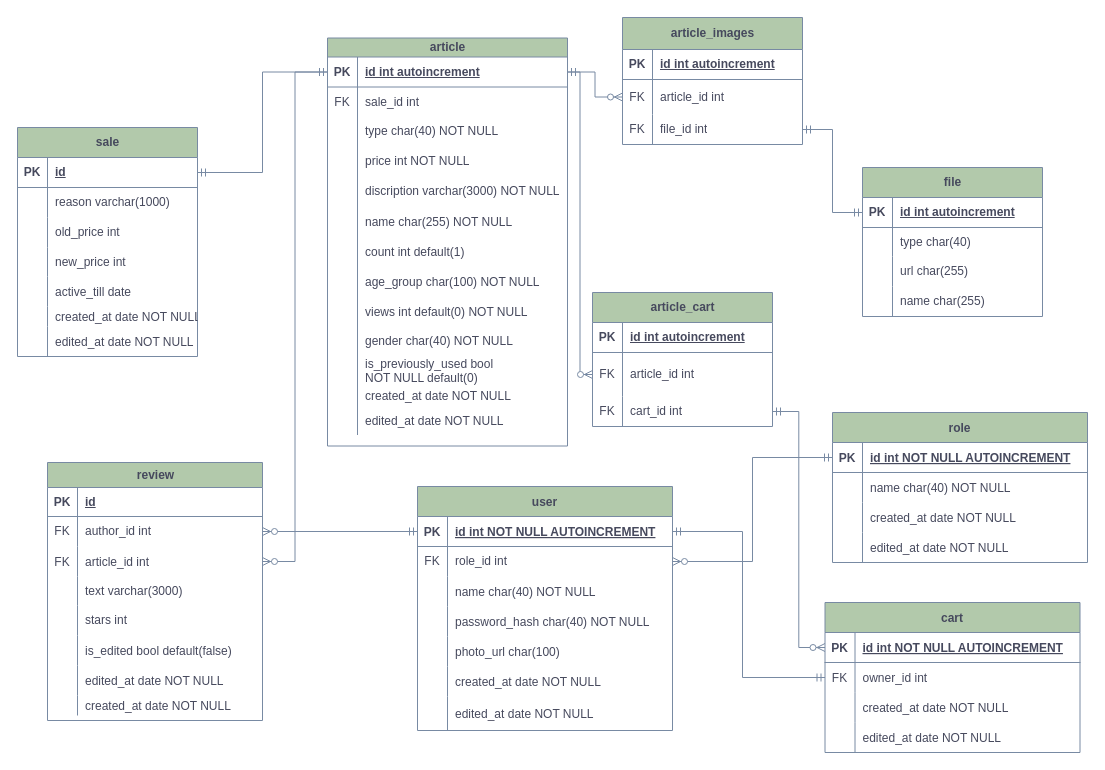
The draw.io diagram online-store.drawio in mkloz/online-store-backend, before the edit. Source tidied: cells renumbered, new cells numbered last; positions are measured from the earlier drawing's top-left corner, leaving out a move shared by most shapes. Both pictures are drawn from the tidied source at 100%, with x=0, y=0 at pixel (17, 17).
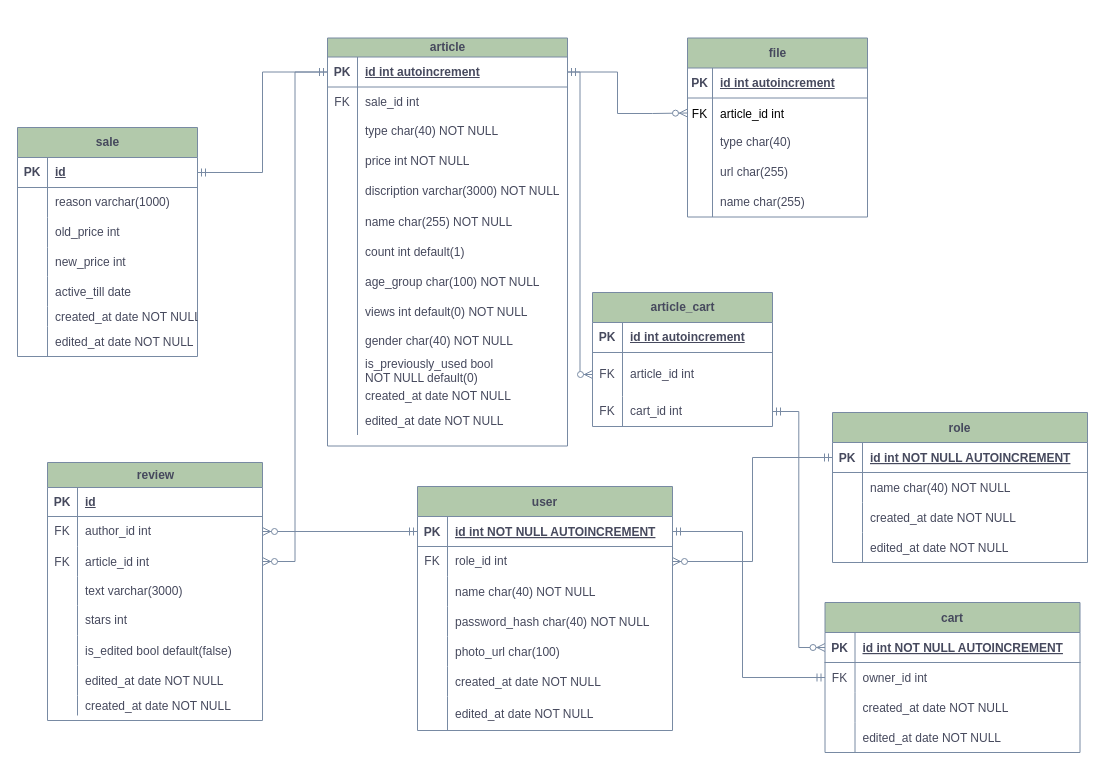
The same diagram, later.

Unchanged cells that the change refers to:
```xml
<mxCell id="3" style="shape=tableRow;horizontal=0;startSize=0;swimlaneHead=0;swimlaneBody=0;fillColor=none;points=[[0,0.5],[1,0.5]];portConstraint=eastwest;top=0;left=0;right=0;bottom=1;rounded=0;labelBackgroundColor=none;strokeColor=#788AA3;fontColor=#46495D;" parent="2" vertex="1">
  <mxGeometry y="19" width="240" height="30" as="geometry" />
</mxCell>
<mxCell id="43" style="shape=tableRow;horizontal=0;startSize=0;swimlaneHead=0;swimlaneBody=0;fillColor=none;points=[[0,0.5],[1,0.5]];portConstraint=eastwest;top=0;left=0;right=0;bottom=1;rounded=0;labelBackgroundColor=none;strokeColor=#788AA3;fontColor=#46495D;" parent="42" vertex="1">
  <mxGeometry y="30" width="180" height="30" as="geometry" />
</mxCell>
```

Change to the diagram source:
```diff
@@
     <mxCell id="42" value="file" style="shape=table;startSize=30;childLayout=tableLayout;rowLines=0;fontStyle=1;align=center;html=1;rounded=0;labelBackgroundColor=none;fillColor=#B2C9AB;strokeColor=#788AA3;fontColor=#46495D;" parent="1" vertex="1">
-      <mxGeometry x="845" y="150" width="180" height="149" as="geometry" />
+      <mxGeometry x="670" y="20.5" width="180" height="179" as="geometry" />
     </mxCell>
@@
     <mxCell id="44" value="PK" style="shape=partialRectangle;fillColor=none;top=0;left=0;bottom=0;right=0;fontStyle=1;overflow=hidden;whiteSpace=wrap;html=1;rounded=0;labelBackgroundColor=none;strokeColor=#788AA3;fontColor=#46495D;" parent="43" vertex="1">
-      <mxGeometry width="30" height="30" as="geometry" />
+      <mxGeometry width="25" height="30" as="geometry" />
     </mxCell>
     <mxCell id="45" value="id int autoincrement" style="shape=partialRectangle;fillColor=none;top=0;left=0;bottom=0;right=0;align=left;spacingLeft=6;fontStyle=5;overflow=hidden;whiteSpace=wrap;html=1;rounded=0;labelBackgroundColor=none;strokeColor=#788AA3;fontColor=#46495D;" parent="43" vertex="1">
-      <mxGeometry x="30" width="150" height="30" as="geometry" />
+      <mxGeometry x="25" width="155" height="30" as="geometry" />
     </mxCell>
+    <mxCell id="179" style="shape=tableRow;horizontal=0;startSize=0;swimlaneHead=0;swimlaneBody=0;fillColor=none;points=[[0,0.5],[1,0.5]];portConstraint=eastwest;top=0;left=0;right=0;bottom=0;" parent="42" vertex="1">
+      <mxGeometry y="60" width="180" height="30" as="geometry" />
+    </mxCell>
+    <mxCell id="180" value="FK" style="shape=partialRectangle;fillColor=none;top=0;left=0;bottom=0;right=0;fontStyle=0;overflow=hidden;" parent="179" vertex="1">
+      <mxGeometry width="25" height="30" as="geometry" />
+    </mxCell>
+    <mxCell id="61" value="article_id int" style="shape=partialRectangle;fillColor=none;top=0;left=0;bottom=0;right=0;align=left;spacingLeft=6;fontStyle=0;overflow=hidden;" parent="179" vertex="1">
+      <mxGeometry x="25" width="155" height="30" as="geometry" />
+    </mxCell>
     <mxCell id="46" style="shape=tableRow;horizontal=0;startSize=0;swimlaneHead=0;swimlaneBody=0;fillColor=none;top=0;left=0;right=0;bottom=0;rounded=0;labelBackgroundColor=none;strokeColor=#788AA3;fontColor=#46495D;" parent="42" vertex="1">
-      <mxGeometry y="60" width="180" height="29" as="geometry" />
+      <mxGeometry y="90" width="180" height="29" as="geometry" />
     </mxCell>
     <mxCell id="47" style="shape=partialRectangle;fillColor=none;top=0;left=0;bottom=0;right=0;overflow=hidden;whiteSpace=wrap;html=1;rounded=0;labelBackgroundColor=none;strokeColor=#788AA3;fontColor=#46495D;" parent="46" vertex="1">
-      <mxGeometry width="30" height="29" as="geometry" />
+      <mxGeometry width="25" height="29" as="geometry" />
     </mxCell>
     <mxCell id="48" value="type char(40)" style="shape=partialRectangle;fillColor=none;top=0;left=0;bottom=0;right=0;align=left;spacingLeft=6;overflow=hidden;whiteSpace=wrap;html=1;rounded=0;labelBackgroundColor=none;strokeColor=#788AA3;fontColor=#46495D;" parent="46" vertex="1">
-      <mxGeometry x="30" width="150" height="29" as="geometry" />
+      <mxGeometry x="25" width="155" height="29" as="geometry" />
     </mxCell>
     <mxCell id="49" style="shape=tableRow;horizontal=0;startSize=0;swimlaneHead=0;swimlaneBody=0;fillColor=none;top=0;left=0;right=0;bottom=0;rounded=0;labelBackgroundColor=none;strokeColor=#788AA3;fontColor=#46495D;" parent="42" vertex="1">
-      <mxGeometry y="89" width="180" height="30" as="geometry" />
+      <mxGeometry y="119" width="180" height="30" as="geometry" />
     </mxCell>
     <mxCell id="50" style="shape=partialRectangle;fillColor=none;top=0;left=0;bottom=0;right=0;overflow=hidden;whiteSpace=wrap;html=1;rounded=0;labelBackgroundColor=none;strokeColor=#788AA3;fontColor=#46495D;" parent="49" vertex="1">
-      <mxGeometry width="30" height="30" as="geometry" />
+      <mxGeometry width="25" height="30" as="geometry" />
     </mxCell>
     <mxCell id="51" value="url char(255)" style="shape=partialRectangle;fillColor=none;top=0;left=0;bottom=0;right=0;align=left;spacingLeft=6;overflow=hidden;whiteSpace=wrap;html=1;rounded=0;labelBackgroundColor=none;strokeColor=#788AA3;fontColor=#46495D;" parent="49" vertex="1">
-      <mxGeometry x="30" width="150" height="30" as="geometry" />
+      <mxGeometry x="25" width="155" height="30" as="geometry" />
     </mxCell>
     <mxCell id="52" style="shape=tableRow;horizontal=0;startSize=0;swimlaneHead=0;swimlaneBody=0;fillColor=none;top=0;left=0;right=0;bottom=0;rounded=0;labelBackgroundColor=none;strokeColor=#788AA3;fontColor=#46495D;" parent="42" vertex="1">
-      <mxGeometry y="119" width="180" height="30" as="geometry" />
+      <mxGeometry y="149" width="180" height="30" as="geometry" />
     </mxCell>
     <mxCell id="53" style="shape=partialRectangle;fillColor=none;top=0;left=0;bottom=0;right=0;overflow=hidden;whiteSpace=wrap;html=1;rounded=0;labelBackgroundColor=none;strokeColor=#788AA3;fontColor=#46495D;" parent="52" vertex="1">
-      <mxGeometry width="30" height="30" as="geometry" />
+      <mxGeometry width="25" height="30" as="geometry" />
     </mxCell>
     <mxCell id="54" value="name char(255)" style="shape=partialRectangle;fillColor=none;top=0;left=0;bottom=0;right=0;align=left;spacingLeft=6;overflow=hidden;whiteSpace=wrap;html=1;rounded=0;labelBackgroundColor=none;strokeColor=#788AA3;fontColor=#46495D;" parent="52" vertex="1">
-      <mxGeometry x="30" width="150" height="30" as="geometry" />
+      <mxGeometry x="25" width="155" height="30" as="geometry" />
     </mxCell>
-    <mxCell id="55" value="article_images" style="shape=table;startSize=32;childLayout=tableLayout;rowLines=0;fontStyle=1;align=center;html=1;rounded=0;labelBackgroundColor=none;fillColor=#B2C9AB;strokeColor=#788AA3;fontColor=#46495D;" parent="1" vertex="1">
-      <mxGeometry x="605" width="180" height="127" as="geometry" />
-    </mxCell>
-    <mxCell id="56" style="shape=tableRow;horizontal=0;startSize=0;swimlaneHead=0;swimlaneBody=0;fillColor=none;top=0;left=0;right=0;bottom=1;rounded=0;labelBackgroundColor=none;strokeColor=#788AA3;fontColor=#46495D;" parent="55" vertex="1">
-      <mxGeometry y="32" width="180" height="30" as="geometry" />
-    </mxCell>
-    <mxCell id="57" value="PK" style="shape=partialRectangle;fillColor=none;top=0;left=0;bottom=0;right=0;fontStyle=1;overflow=hidden;whiteSpace=wrap;html=1;rounded=0;labelBackgroundColor=none;strokeColor=#788AA3;fontColor=#46495D;" parent="56" vertex="1">
-      <mxGeometry width="30" height="30" as="geometry" />
-    </mxCell>
-    <mxCell id="58" value="id int autoincrement" style="shape=partialRectangle;fillColor=none;top=0;left=0;bottom=0;right=0;align=left;spacingLeft=6;fontStyle=5;overflow=hidden;whiteSpace=wrap;html=1;rounded=0;labelBackgroundColor=none;strokeColor=#788AA3;fontColor=#46495D;" parent="56" vertex="1">
-      <mxGeometry x="30" width="150" height="30" as="geometry" />
-    </mxCell>
-    <mxCell id="59" style="shape=tableRow;horizontal=0;startSize=0;swimlaneHead=0;swimlaneBody=0;fillColor=none;points=[[0,0.5],[1,0.5]];portConstraint=eastwest;top=0;left=0;right=0;bottom=0;rounded=0;labelBackgroundColor=none;strokeColor=#788AA3;fontColor=#46495D;" parent="55" vertex="1">
-      <mxGeometry y="62" width="180" height="35" as="geometry" />
-    </mxCell>
-    <mxCell id="60" value="FK" style="shape=partialRectangle;fillColor=none;top=0;left=0;bottom=0;right=0;overflow=hidden;whiteSpace=wrap;html=1;rounded=0;labelBackgroundColor=none;strokeColor=#788AA3;fontColor=#46495D;" parent="59" vertex="1">
-      <mxGeometry width="30" height="35" as="geometry" />
-    </mxCell>
-    <mxCell id="61" value="article_id int" style="shape=partialRectangle;fillColor=none;top=0;left=0;bottom=0;right=0;align=left;spacingLeft=6;overflow=hidden;whiteSpace=wrap;html=1;rounded=0;labelBackgroundColor=none;strokeColor=#788AA3;fontColor=#46495D;" parent="59" vertex="1">
-      <mxGeometry x="30" width="150" height="35" as="geometry" />
-    </mxCell>
-    <mxCell id="62" style="shape=tableRow;horizontal=0;startSize=0;swimlaneHead=0;swimlaneBody=0;fillColor=none;points=[[0,0.5],[1,0.5]];portConstraint=eastwest;top=0;left=0;right=0;bottom=0;rounded=0;labelBackgroundColor=none;strokeColor=#788AA3;fontColor=#46495D;" parent="55" vertex="1">
-      <mxGeometry y="97" width="180" height="30" as="geometry" />
-    </mxCell>
-    <mxCell id="63" value="FK" style="shape=partialRectangle;fillColor=none;top=0;left=0;bottom=0;right=0;overflow=hidden;whiteSpace=wrap;html=1;rounded=0;labelBackgroundColor=none;strokeColor=#788AA3;fontColor=#46495D;" parent="62" vertex="1">
-      <mxGeometry width="30" height="30" as="geometry" />
-    </mxCell>
-    <mxCell id="64" value="file_id int" style="shape=partialRectangle;fillColor=none;top=0;left=0;bottom=0;right=0;align=left;spacingLeft=6;overflow=hidden;whiteSpace=wrap;html=1;rounded=0;labelBackgroundColor=none;strokeColor=#788AA3;fontColor=#46495D;" parent="62" vertex="1">
-      <mxGeometry x="30" width="150" height="30" as="geometry" />
-    </mxCell>
-    <mxCell id="65" style="edgeStyle=orthogonalEdgeStyle;fontSize=12;html=1;endArrow=ERzeroToMany;startArrow=ERmandOne;rounded=0;entryX=0;entryY=0.5;entryDx=0;entryDy=0;exitX=1;exitY=0.5;exitDx=0;exitDy=0;labelBackgroundColor=none;strokeColor=#788AA3;fontColor=default;" parent="1" edge="1" source="3" target="59">
-      <mxGeometry relative="1" as="geometry" />
+    <mxCell id="65" style="edgeStyle=orthogonalEdgeStyle;fontSize=12;html=1;endArrow=ERzeroToMany;startArrow=ERmandOne;rounded=0;exitX=1;exitY=0.5;exitDx=0;exitDy=0;labelBackgroundColor=none;strokeColor=#788AA3;fontColor=default;entryX=0;entryY=0.5;entryDx=0;entryDy=0;" parent="1" edge="1" source="3" target="179">
+      <mxGeometry relative="1" as="geometry">
+        <Array as="points">
+          <mxPoint x="600" y="54" />
+          <mxPoint x="600" y="96" />
+          <mxPoint x="635" y="96" />
+        </Array>
+      </mxGeometry>
     </mxCell>
-    <mxCell id="66" style="edgeStyle=entityRelationEdgeStyle;fontSize=12;html=1;endArrow=ERmandOne;startArrow=ERmandOne;rounded=0;entryX=1;entryY=0.5;entryDx=0;entryDy=0;exitX=0;exitY=0.5;exitDx=0;exitDy=0;labelBackgroundColor=none;strokeColor=#788AA3;fontColor=default;" parent="1" edge="1" source="43" target="62">
-      <mxGeometry relative="1" as="geometry" />
-    </mxCell>
```
